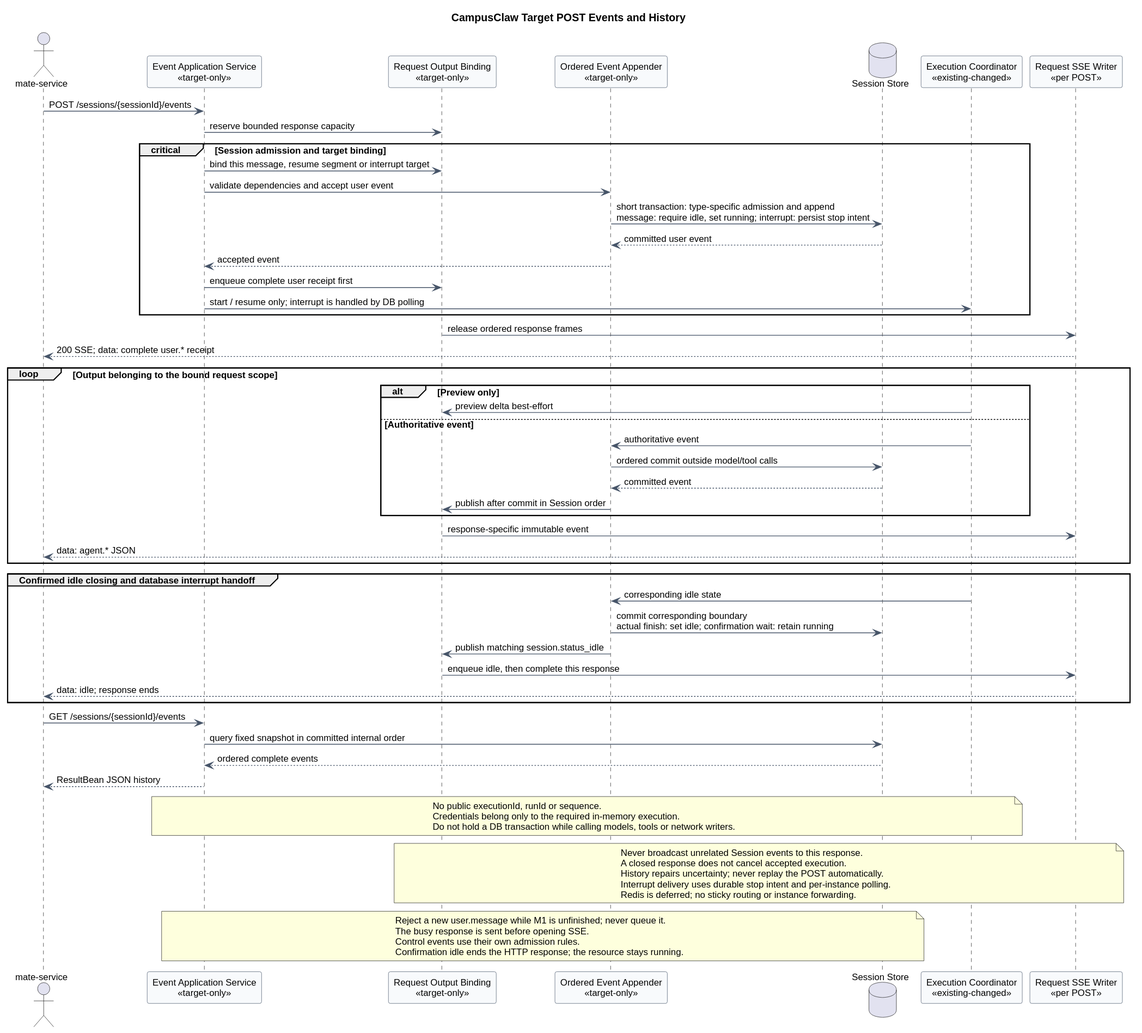
Above: 01-总体架构/01-CampusClaw多Agent运行时/设计图/事件接口重设计/target_session_events_resource_model.svg in ssm0808/pi-mono-java-design (PlantUML), before the change.
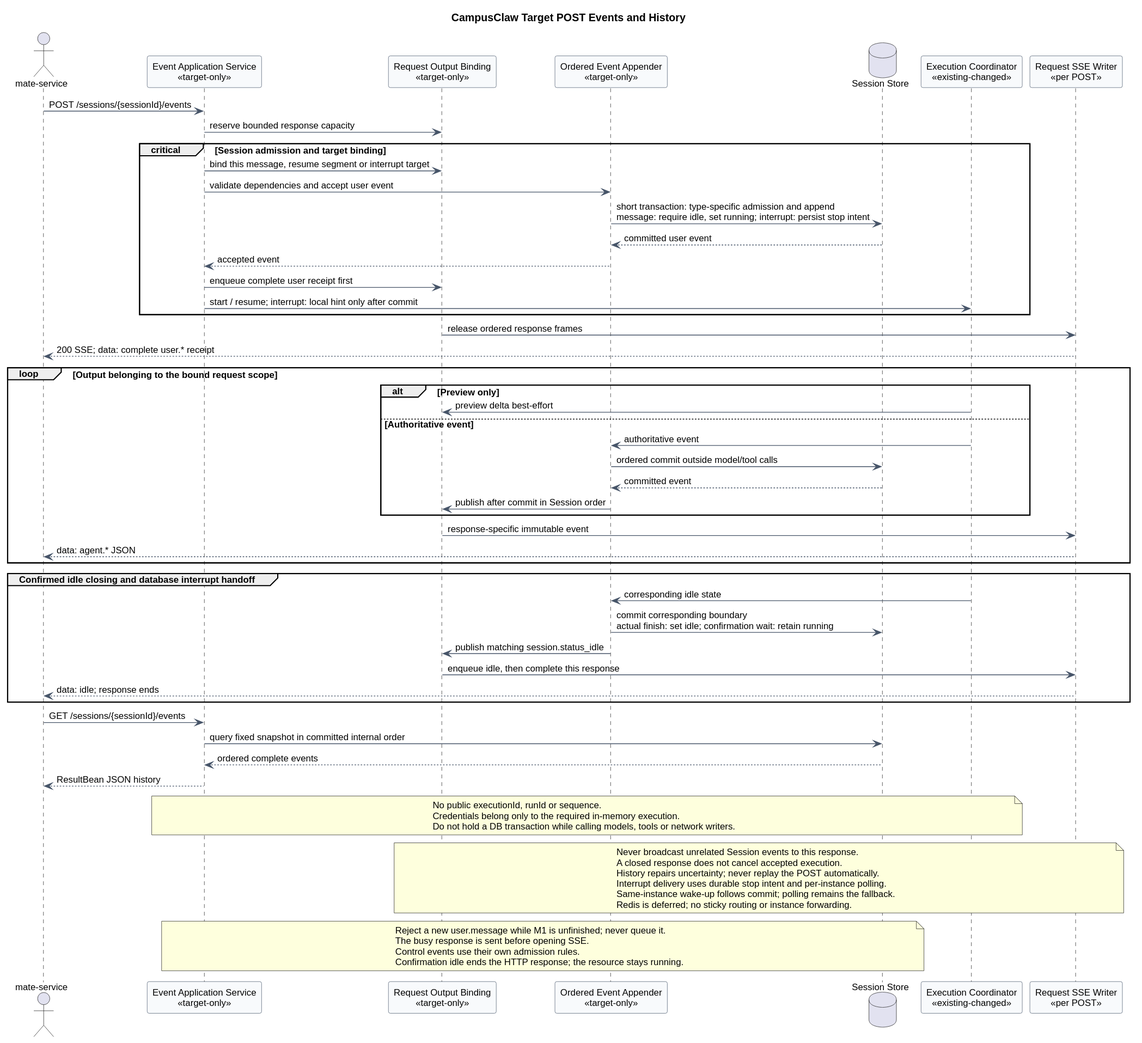
After the commit.

What changed in the source:
```diff
@@ -26,7 +26,7 @@
   Store --> Append : committed user event
   Append --> API : accepted event
   API -> Binding : enqueue complete user receipt first
-  API -> Execution : start / resume only; interrupt is handled by DB polling
+  API -> Execution : start / resume; interrupt: local hint only after commit
 end
 Binding -> Writer : release ordered response frames
 Writer --> Mate : 200 SSE; data: complete user.* receipt
@@ -65,6 +65,7 @@
 A closed response does not cancel accepted execution.
 History repairs uncertainty; never replay the POST automatically.
 Interrupt delivery uses durable stop intent and per-instance polling.
+Same-instance wake-up follows commit; polling remains the fallback.
 Redis is deferred; no sticky routing or instance forwarding.
 end note
 note over API,Store
```
